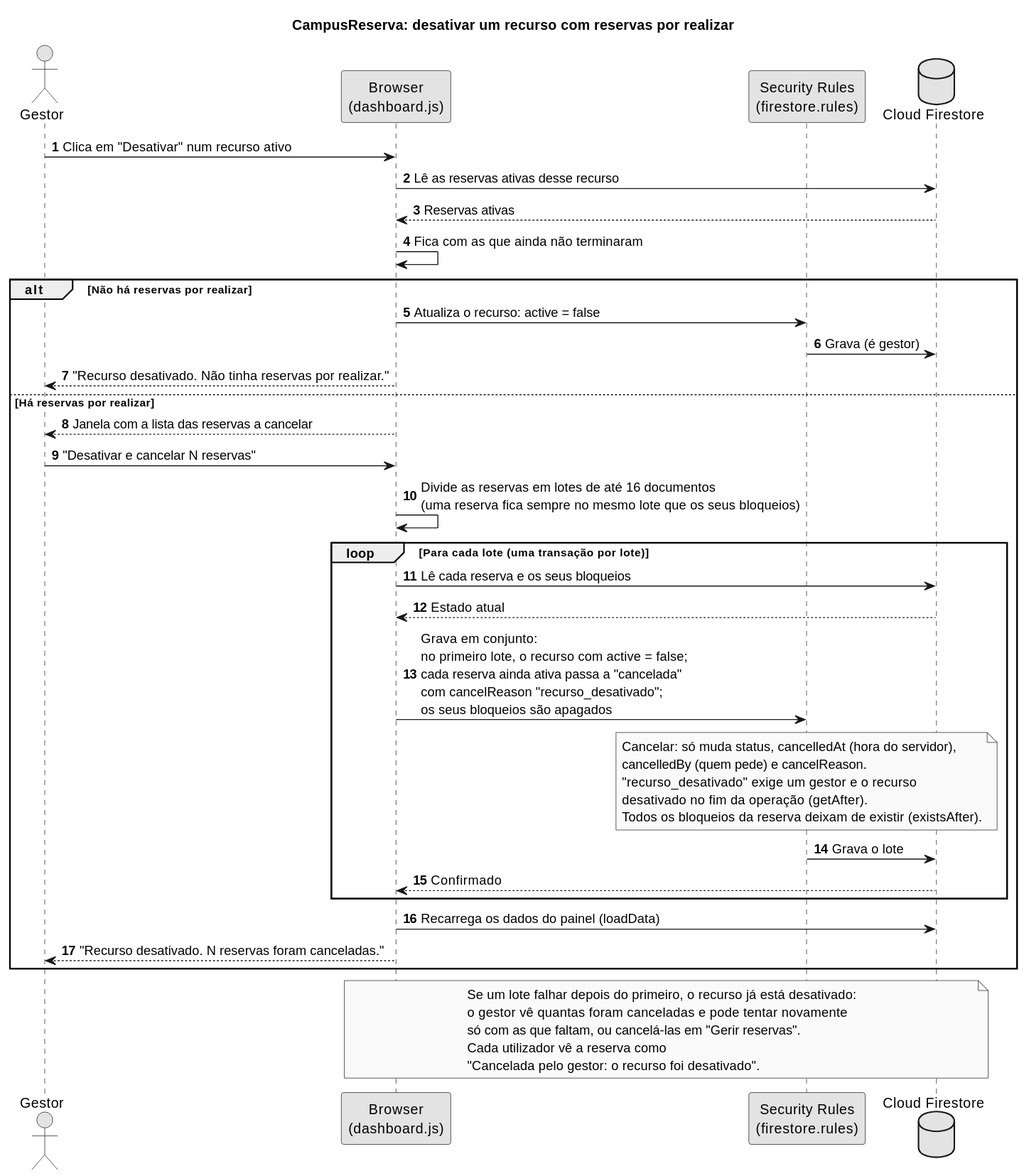
This is docs/imagens/sequencia-desativacao.svg from diogofcpereira/CampusReserva, a PlantUML export, as it was before one commit. Its diagram source:
```plantuml
@startuml
title CampusReserva: desativar um recurso com reservas por realizar

skinparam monochrome true
skinparam shadowing false
autonumber

actor "Gestor" as G
participant "Browser\n(dashboard.js)" as B
participant "Security Rules\n(firestore.rules)" as R
database "Cloud Firestore" as F

G -> B : Clica em "Desativar" num recurso ativo
B -> F : Lê as reservas ativas desse recurso
F --> B : Reservas ativas
B -> B : Fica com as que ainda não terminaram

alt Não há reservas por realizar
  B -> R : Atualiza o recurso: active = false
  R -> F : Grava (é gestor)
  B --> G : "Recurso desativado. Não tinha reservas por realizar."
else Há reservas por realizar
  B --> G : Janela com a lista das reservas a cancelar
  G -> B : "Desativar e cancelar N reservas"
  B -> B : Divide as reservas em lotes de até 16 documentos\n(uma reserva fica sempre no mesmo lote que os seus bloqueios)

  loop Para cada lote (uma transação por lote)
    B -> F : Lê cada reserva e os seus bloqueios
    F --> B : Estado atual
    B -> R : Grava em conjunto:\nno primeiro lote, o recurso com active = false;\ncada reserva ainda ativa passa a "cancelada"\ncom cancelReason "recurso_desativado";\nos seus bloqueios são apagados
    note over R
      Cancelar: só muda status, cancelledAt (hora do servidor),
      cancelledBy (quem pede) e cancelReason.
      "recurso_desativado" exige um gestor e o recurso
      desativado no fim da operação (getAfter).
      Todos os bloqueios da reserva deixam de existir (existsAfter).
    end note
    R -> F : Grava o lote
    F --> B : Confirmado
  end

  B -> F : Recarrega os dados do painel (loadData)
  B --> G : "Recurso desativado. N reservas foram canceladas."
end

note over B, F
  Se um lote falhar depois do primeiro, o recurso já está desativado:
  o gestor vê quantas foram canceladas e pode tentar novamente
  só com as que faltam, ou cancelá-las em "Gerir reservas".
  Cada utilizador vê a reserva como
  "Cancelada pelo gestor: o recurso foi desativado".
end note
@enduml
```
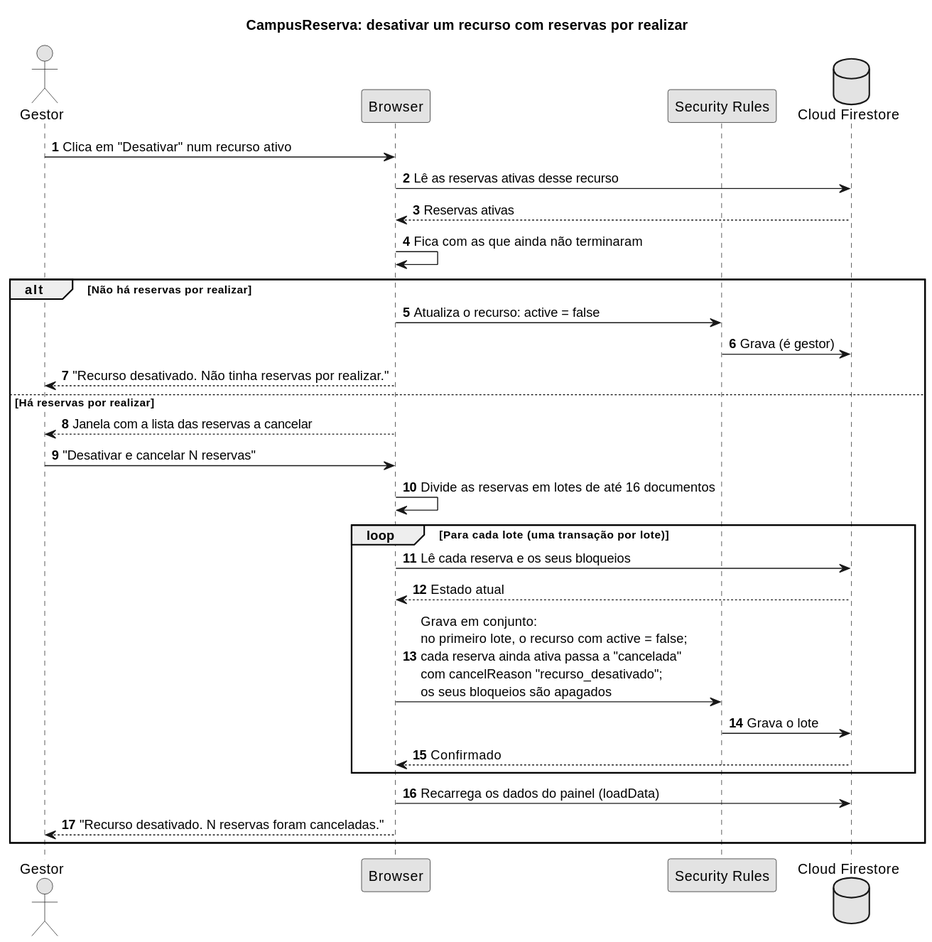
The same file after the commit.

The edit, as a diff of the source:
```diff
@@ -6,8 +6,8 @@
 autonumber
 
 actor "Gestor" as G
-participant "Browser\n(dashboard.js)" as B
-participant "Security Rules\n(firestore.rules)" as R
+participant "Browser" as B
+participant "Security Rules" as R
 database "Cloud Firestore" as F
 
 G -> B : Clica em "Desativar" num recurso ativo
@@ -22,19 +22,12 @@
 else Há reservas por realizar
   B --> G : Janela com a lista das reservas a cancelar
   G -> B : "Desativar e cancelar N reservas"
-  B -> B : Divide as reservas em lotes de até 16 documentos\n(uma reserva fica sempre no mesmo lote que os seus bloqueios)
+  B -> B : Divide as reservas em lotes de até 16 documentos
 
   loop Para cada lote (uma transação por lote)
     B -> F : Lê cada reserva e os seus bloqueios
     F --> B : Estado atual
     B -> R : Grava em conjunto:\nno primeiro lote, o recurso com active = false;\ncada reserva ainda ativa passa a "cancelada"\ncom cancelReason "recurso_desativado";\nos seus bloqueios são apagados
-    note over R
-      Cancelar: só muda status, cancelledAt (hora do servidor),
-      cancelledBy (quem pede) e cancelReason.
-      "recurso_desativado" exige um gestor e o recurso
-      desativado no fim da operação (getAfter).
-      Todos os bloqueios da reserva deixam de existir (existsAfter).
-    end note
     R -> F : Grava o lote
     F --> B : Confirmado
   end
@@ -42,12 +35,4 @@
   B -> F : Recarrega os dados do painel (loadData)
   B --> G : "Recurso desativado. N reservas foram canceladas."
 end
-
-note over B, F
-  Se um lote falhar depois do primeiro, o recurso já está desativado:
-  o gestor vê quantas foram canceladas e pode tentar novamente
-  só com as que faltam, ou cancelá-las em "Gerir reservas".
-  Cada utilizador vê a reserva como
-  "Cancelada pelo gestor: o recurso foi desativado".
-end note
 @enduml
```
